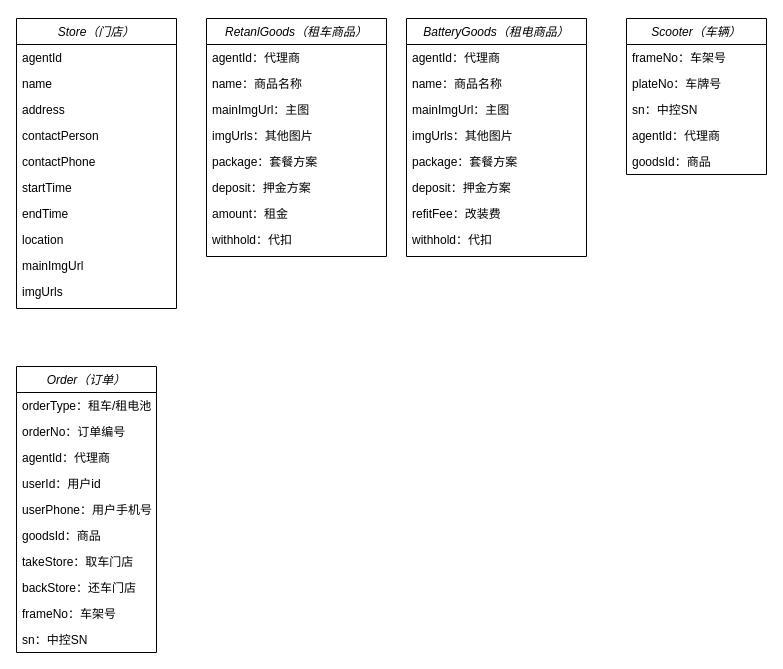
Above: 换电SaaS平台.drawio in vikey5210000/diagrams (draw.io), before the change. Source tidied: cells renumbered, new cells numbered last; positions are measured from the earlier drawing's top-left corner, leaving out a move shared by most shapes. Both pictures are drawn from the tidied source at 100%, with x=0, y=0 at pixel (16, 18).
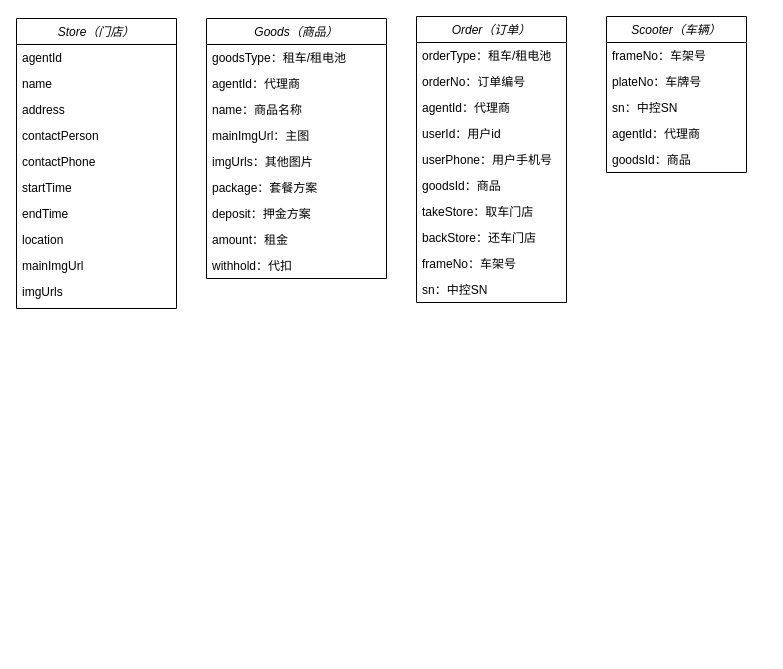
After the change.

Diff of the diagram source:
```diff
@@
-    <mxCell id="2" value="RetanlGoods（租车商品）" style="swimlane;fontStyle=2;align=center;verticalAlign=top;horizontal=1;startSize=26;rounded=0;shadow=0;strokeWidth=1;" parent="1" vertex="1">
-      <mxGeometry x="190" width="180" height="238" as="geometry" />
+    <mxCell id="2" value="Goods（商品）" style="swimlane;fontStyle=2;align=center;verticalAlign=top;horizontal=1;startSize=26;rounded=0;shadow=0;strokeWidth=1;" parent="1" vertex="1">
+      <mxGeometry x="190" width="180" height="260" as="geometry" />
     </mxCell>
+    <mxCell id="48" value="goodsType：租车/租电池" style="text;align=left;verticalAlign=top;spacingLeft=4;spacingRight=4;overflow=hidden;rounded=0;shadow=0;html=0;" parent="2" vertex="1">
+      <mxGeometry y="26" width="180" height="26" as="geometry" />
+    </mxCell>
     <mxCell id="3" value="agentId：代理商" style="text;align=left;verticalAlign=top;spacingLeft=4;spacingRight=4;overflow=hidden;rounded=0;shadow=0;html=0;" parent="2" vertex="1">
-      <mxGeometry y="26" width="180" height="26" as="geometry" />
+      <mxGeometry y="52" width="180" height="26" as="geometry" />
     </mxCell>
     <mxCell id="4" value="name：商品名称" style="text;align=left;verticalAlign=top;spacingLeft=4;spacingRight=4;overflow=hidden;rounded=0;shadow=0;html=0;" parent="2" vertex="1">
-      <mxGeometry y="52" width="180" height="26" as="geometry" />
+      <mxGeometry y="78" width="180" height="26" as="geometry" />
     </mxCell>
     <mxCell id="5" value="mainImgUrl：主图" style="text;align=left;verticalAlign=top;spacingLeft=4;spacingRight=4;overflow=hidden;rounded=0;shadow=0;html=0;" parent="2" vertex="1">
-      <mxGeometry y="78" width="180" height="26" as="geometry" />
+      <mxGeometry y="104" width="180" height="26" as="geometry" />
     </mxCell>
     <mxCell id="6" value="imgUrls：其他图片" style="text;align=left;verticalAlign=top;spacingLeft=4;spacingRight=4;overflow=hidden;rounded=0;shadow=0;html=0;" parent="2" vertex="1">
-      <mxGeometry y="104" width="180" height="26" as="geometry" />
+      <mxGeometry y="130" width="180" height="26" as="geometry" />
     </mxCell>
     <mxCell id="7" value="package：套餐方案" style="text;align=left;verticalAlign=top;spacingLeft=4;spacingRight=4;overflow=hidden;rounded=0;shadow=0;html=0;" parent="2" vertex="1">
-      <mxGeometry y="130" width="180" height="26" as="geometry" />
+      <mxGeometry y="156" width="180" height="26" as="geometry" />
     </mxCell>
     <mxCell id="8" value="deposit：押金方案" style="text;align=left;verticalAlign=top;spacingLeft=4;spacingRight=4;overflow=hidden;rounded=0;shadow=0;html=0;" parent="2" vertex="1">
-      <mxGeometry y="156" width="180" height="26" as="geometry" />
+      <mxGeometry y="182" width="180" height="26" as="geometry" />
     </mxCell>
     <mxCell id="9" value="amount：租金" style="text;align=left;verticalAlign=top;spacingLeft=4;spacingRight=4;overflow=hidden;rounded=0;shadow=0;html=0;" parent="2" vertex="1">
-      <mxGeometry y="182" width="180" height="26" as="geometry" />
+      <mxGeometry y="208" width="180" height="26" as="geometry" />
     </mxCell>
     <mxCell id="10" value="withhold：代扣" style="text;align=left;verticalAlign=top;spacingLeft=4;spacingRight=4;overflow=hidden;rounded=0;shadow=0;html=0;" parent="2" vertex="1">
-      <mxGeometry y="208" width="180" height="26" as="geometry" />
+      <mxGeometry y="234" width="180" height="26" as="geometry" />
     </mxCell>
@@
-    <mxCell id="22" value="BatteryGoods（租电商品）" style="swimlane;fontStyle=2;align=center;verticalAlign=top;horizontal=1;startSize=26;rounded=0;shadow=0;strokeWidth=1;" parent="1" vertex="1">
-      <mxGeometry x="390" width="180" height="238" as="geometry" />
-    </mxCell>
-    <mxCell id="23" value="agentId：代理商" style="text;align=left;verticalAlign=top;spacingLeft=4;spacingRight=4;overflow=hidden;rounded=0;shadow=0;html=0;" parent="22" vertex="1">
-      <mxGeometry y="26" width="180" height="26" as="geometry" />
-    </mxCell>
-    <mxCell id="24" value="name：商品名称" style="text;align=left;verticalAlign=top;spacingLeft=4;spacingRight=4;overflow=hidden;rounded=0;shadow=0;html=0;" parent="22" vertex="1">
-      <mxGeometry y="52" width="180" height="26" as="geometry" />
-    </mxCell>
-    <mxCell id="25" value="mainImgUrl：主图" style="text;align=left;verticalAlign=top;spacingLeft=4;spacingRight=4;overflow=hidden;rounded=0;shadow=0;html=0;" parent="22" vertex="1">
-      <mxGeometry y="78" width="180" height="26" as="geometry" />
-    </mxCell>
-    <mxCell id="26" value="imgUrls：其他图片" style="text;align=left;verticalAlign=top;spacingLeft=4;spacingRight=4;overflow=hidden;rounded=0;shadow=0;html=0;" parent="22" vertex="1">
-      <mxGeometry y="104" width="180" height="26" as="geometry" />
-    </mxCell>
-    <mxCell id="27" value="package：套餐方案" style="text;align=left;verticalAlign=top;spacingLeft=4;spacingRight=4;overflow=hidden;rounded=0;shadow=0;html=0;" parent="22" vertex="1">
-      <mxGeometry y="130" width="180" height="26" as="geometry" />
-    </mxCell>
-    <mxCell id="28" value="deposit：押金方案" style="text;align=left;verticalAlign=top;spacingLeft=4;spacingRight=4;overflow=hidden;rounded=0;shadow=0;html=0;" parent="22" vertex="1">
-      <mxGeometry y="156" width="180" height="26" as="geometry" />
-    </mxCell>
-    <mxCell id="29" value="refitFee：改装费" style="text;align=left;verticalAlign=top;spacingLeft=4;spacingRight=4;overflow=hidden;rounded=0;shadow=0;html=0;" parent="22" vertex="1">
-      <mxGeometry y="182" width="180" height="26" as="geometry" />
-    </mxCell>
-    <mxCell id="30" value="withhold：代扣" style="text;align=left;verticalAlign=top;spacingLeft=4;spacingRight=4;overflow=hidden;rounded=0;shadow=0;html=0;" parent="22" vertex="1">
-      <mxGeometry y="208" width="180" height="26" as="geometry" />
-    </mxCell>
     <mxCell id="31" value="Scooter（车辆）" style="swimlane;fontStyle=2;horizontal=1;startSize=26;fillColor=none;" parent="1" vertex="1">
-      <mxGeometry x="610" width="140" height="156" as="geometry" />
+      <mxGeometry x="590" y="-2" width="140" height="156" as="geometry" />
     </mxCell>
@@
     <mxCell id="37" value="Order（订单）" style="swimlane;fontStyle=2;horizontal=1;startSize=26;fillColor=none;" parent="1" vertex="1">
-      <mxGeometry y="348" width="140" height="286" as="geometry" />
+      <mxGeometry x="400" y="-2" width="150" height="286" as="geometry" />
     </mxCell>
     <mxCell id="38" value="orderType：租车/租电池" style="text;strokeColor=none;fillColor=none;align=left;verticalAlign=top;spacingLeft=4;spacingRight=4;overflow=hidden;" parent="37" vertex="1">
-      <mxGeometry y="26" width="140" height="26" as="geometry" />
+      <mxGeometry y="26" width="150" height="26" as="geometry" />
     </mxCell>
     <mxCell id="39" value="orderNo：订单编号" style="text;strokeColor=none;fillColor=none;align=left;verticalAlign=top;spacingLeft=4;spacingRight=4;overflow=hidden;" parent="37" vertex="1">
-      <mxGeometry y="52" width="140" height="26" as="geometry" />
+      <mxGeometry y="52" width="150" height="26" as="geometry" />
     </mxCell>
     <mxCell id="40" value="agentId：代理商" style="text;strokeColor=none;fillColor=none;align=left;verticalAlign=top;spacingLeft=4;spacingRight=4;overflow=hidden;" parent="37" vertex="1">
-      <mxGeometry y="78" width="140" height="26" as="geometry" />
+      <mxGeometry y="78" width="150" height="26" as="geometry" />
     </mxCell>
     <mxCell id="41" value="userId：用户id" style="text;strokeColor=none;fillColor=none;align=left;verticalAlign=top;spacingLeft=4;spacingRight=4;overflow=hidden;" parent="37" vertex="1">
-      <mxGeometry y="104" width="140" height="26" as="geometry" />
+      <mxGeometry y="104" width="150" height="26" as="geometry" />
     </mxCell>
     <mxCell id="42" value="userPhone：用户手机号" style="text;strokeColor=none;fillColor=none;align=left;verticalAlign=top;spacingLeft=4;spacingRight=4;overflow=hidden;" parent="37" vertex="1">
-      <mxGeometry y="130" width="140" height="26" as="geometry" />
+      <mxGeometry y="130" width="150" height="26" as="geometry" />
     </mxCell>
     <mxCell id="43" value="goodsId：商品" style="text;strokeColor=none;fillColor=none;align=left;verticalAlign=top;spacingLeft=4;spacingRight=4;overflow=hidden;" parent="37" vertex="1">
-      <mxGeometry y="156" width="140" height="26" as="geometry" />
+      <mxGeometry y="156" width="150" height="26" as="geometry" />
     </mxCell>
     <mxCell id="44" value="takeStore：取车门店" style="text;strokeColor=none;fillColor=none;align=left;verticalAlign=top;spacingLeft=4;spacingRight=4;overflow=hidden;" parent="37" vertex="1">
-      <mxGeometry y="182" width="140" height="26" as="geometry" />
+      <mxGeometry y="182" width="150" height="26" as="geometry" />
     </mxCell>
     <mxCell id="45" value="backStore：还车门店" style="text;strokeColor=none;fillColor=none;align=left;verticalAlign=top;spacingLeft=4;spacingRight=4;overflow=hidden;" parent="37" vertex="1">
-      <mxGeometry y="208" width="140" height="26" as="geometry" />
+      <mxGeometry y="208" width="150" height="26" as="geometry" />
     </mxCell>
     <mxCell id="46" value="frameNo：车架号" style="text;strokeColor=none;fillColor=none;align=left;verticalAlign=top;spacingLeft=4;spacingRight=4;overflow=hidden;" parent="37" vertex="1">
-      <mxGeometry y="234" width="140" height="26" as="geometry" />
+      <mxGeometry y="234" width="150" height="26" as="geometry" />
     </mxCell>
     <mxCell id="47" value="sn：中控SN" style="text;strokeColor=none;fillColor=none;align=left;verticalAlign=top;spacingLeft=4;spacingRight=4;overflow=hidden;" parent="37" vertex="1">
-      <mxGeometry y="260" width="140" height="26" as="geometry" />
+      <mxGeometry y="260" width="150" height="26" as="geometry" />
     </mxCell>
```
